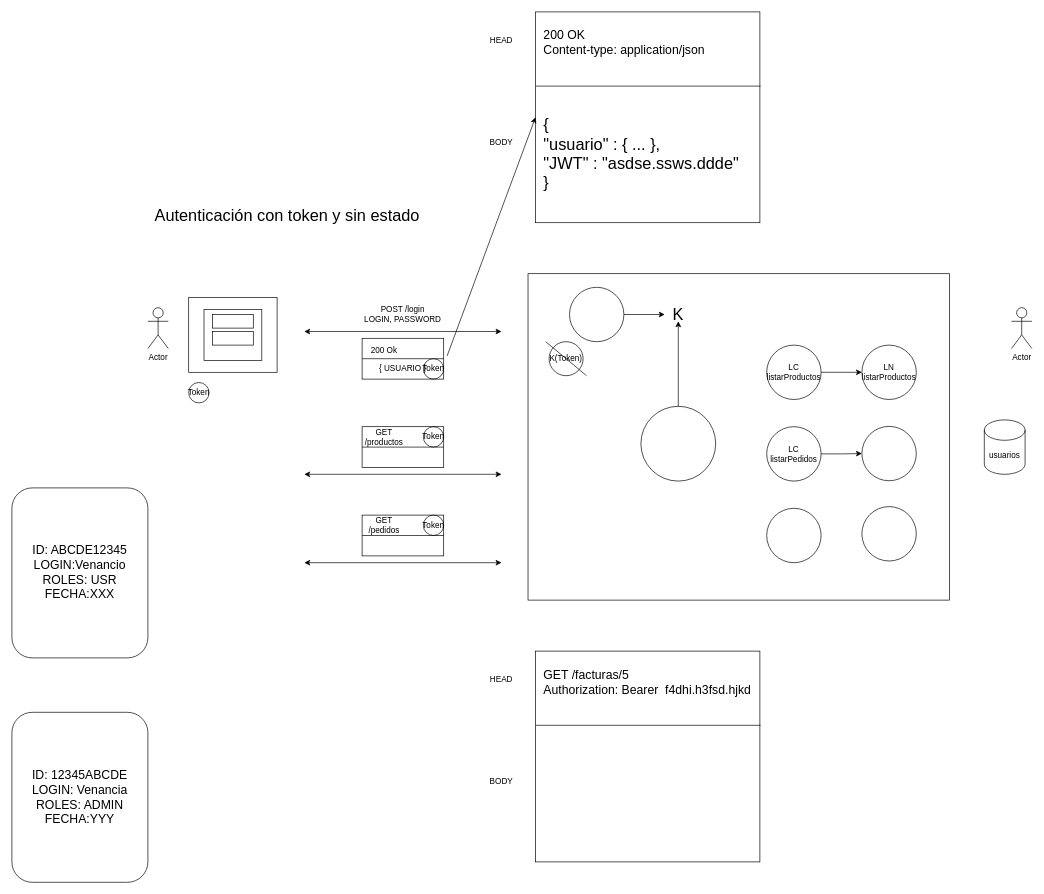
Before: page "JWT" (44 of 48) of diagramas.drawio in almoril00/MEAN, a draw.io diagram. Source tidied: cells renumbered, new cells numbered last; positions are measured from the earlier drawing's top-left corner, leaving out a move shared by most shapes. Both pictures are drawn from the tidied source at 68%, with x=0, y=0 at pixel (12, 12).
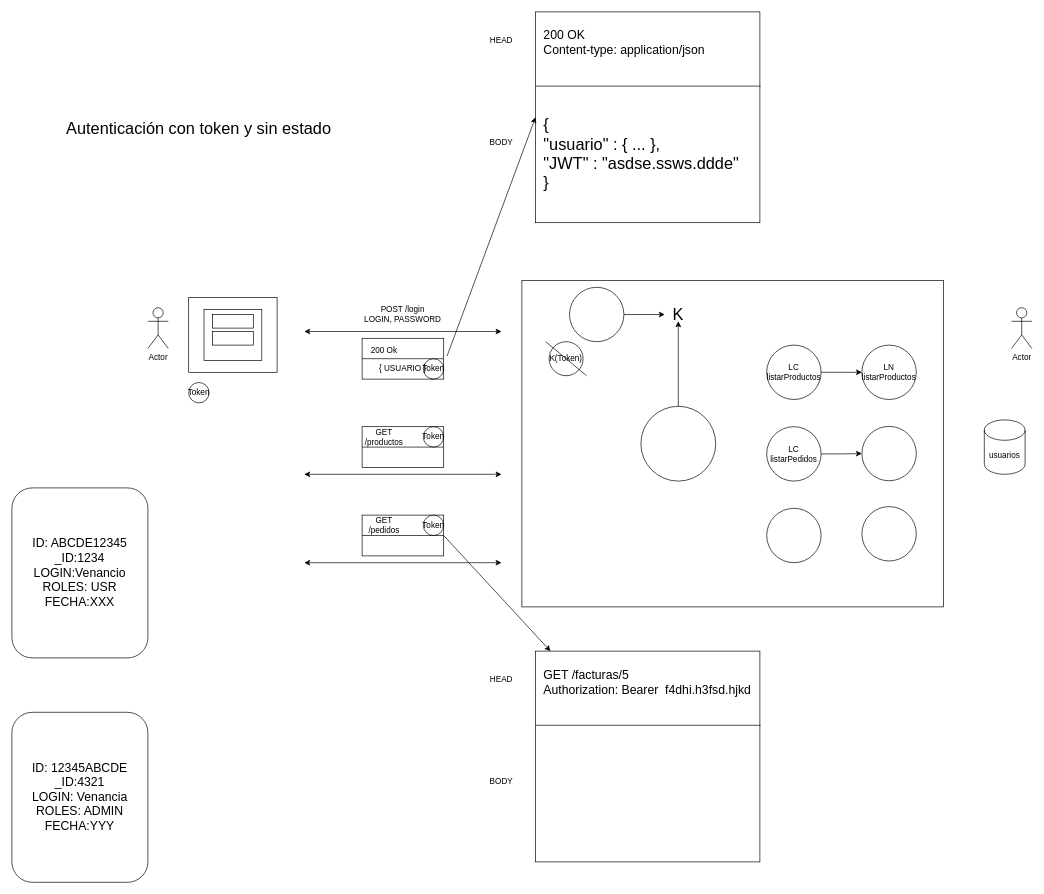
The same diagram, later.

Unchanged cells that the change refers to:
```xml
<mxCell id="21" style="rounded=0;whiteSpace=wrap;html=1;fillColor=none;" parent="1" vertex="1">
  <mxGeometry x="515" y="740" width="120" height="60" as="geometry" />
</mxCell>
<mxCell id="42" style="rounded=0;whiteSpace=wrap;html=1;fillColor=none;" parent="1" vertex="1">
  <mxGeometry x="770" y="940" width="330" height="310" as="geometry" />
</mxCell>
```

The edit, as a diff of the source:
```diff
@@
     <mxCell id="2" style="rounded=0;whiteSpace=wrap;html=1;fillColor=none;" parent="1" vertex="1">
-      <mxGeometry x="759" y="385" width="620" height="480" as="geometry" />
+      <mxGeometry x="750" y="395" width="620" height="480" as="geometry" />
     </mxCell>
@@
     <mxCell id="4" value="&lt;font style=&quot;font-size: 24px&quot;&gt;Autenticación con token y sin estado&lt;/font&gt;" style="text;html=1;strokeColor=none;fillColor=none;align=center;verticalAlign=middle;whiteSpace=wrap;rounded=0;" parent="1" vertex="1">
-      <mxGeometry x="180" y="290" width="450" height="20" as="geometry" />
+      <mxGeometry x="50" y="162" width="450" height="20" as="geometry" />
     </mxCell>
@@
-    <mxCell id="39" value="&lt;font style=&quot;font-size: 18px&quot;&gt;ID: ABCDE12345&lt;br&gt;LOGIN:Venancio&lt;br&gt;ROLES: USR&lt;br&gt;FECHA:XXX&lt;br&gt;&lt;/font&gt;" style="rounded=1;whiteSpace=wrap;html=1;fillColor=none;" parent="1" vertex="1">
+    <mxCell id="39" value="&lt;font style=&quot;font-size: 18px&quot;&gt;ID: ABCDE12345&lt;br&gt;_ID:1234&lt;br&gt;LOGIN:Venancio&lt;br&gt;ROLES: USR&lt;br&gt;FECHA:XXX&lt;br&gt;&lt;/font&gt;" style="rounded=1;whiteSpace=wrap;html=1;fillColor=none;" parent="1" vertex="1">
       <mxGeometry y="700" width="200" height="250" as="geometry" />
     </mxCell>
-    <mxCell id="40" value="&lt;font style=&quot;font-size: 18px&quot;&gt;ID: 12345ABCDE&lt;br&gt;LOGIN: Venancia&lt;br&gt;ROLES: ADMIN&lt;br&gt;FECHA:YYY&lt;br&gt;&lt;/font&gt;" style="rounded=1;whiteSpace=wrap;html=1;fillColor=none;" parent="1" vertex="1">
+    <mxCell id="40" value="&lt;font style=&quot;font-size: 18px&quot;&gt;ID: 12345ABCDE&lt;br&gt;_ID:4321&lt;br&gt;LOGIN: Venancia&lt;br&gt;ROLES: ADMIN&lt;br&gt;FECHA:YYY&lt;br&gt;&lt;/font&gt;" style="rounded=1;whiteSpace=wrap;html=1;fillColor=none;" parent="1" vertex="1">
       <mxGeometry y="1030" width="200" height="250" as="geometry" />
     </mxCell>
@@
+    <mxCell id="59" style="endArrow=classic;html=1;exitX=1;exitY=0.5;exitDx=0;exitDy=0;" parent="1" edge="1" source="21" target="42">
+      <mxGeometry relative="1" as="geometry" />
+    </mxCell>
```
